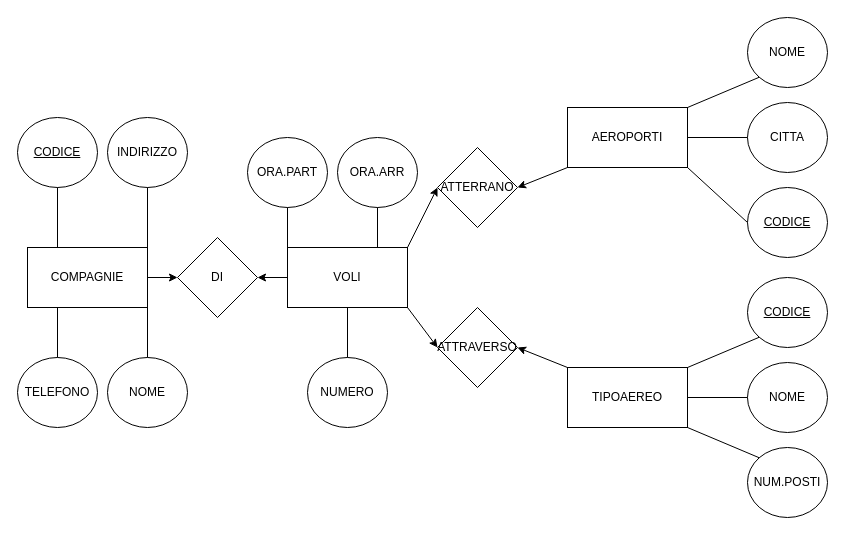
Above: esamedatab.drawio in LilAnciel/Project (draw.io), before the change. Source tidied: cells renumbered, new cells numbered last; positions are measured from the earlier drawing's top-left corner, leaving out a move shared by most shapes. Both pictures are drawn from the tidied source at 100%, with x=0, y=0 at pixel (17, 17).
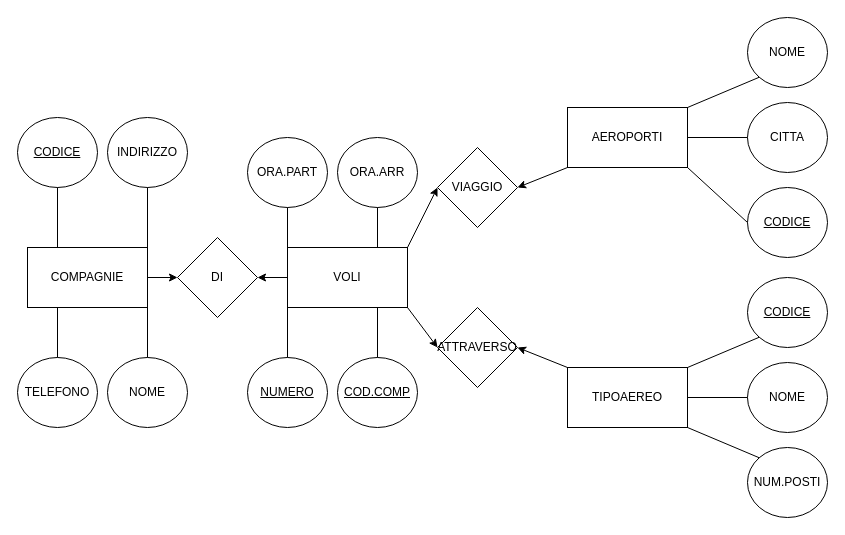
Above is the later version.

Unchanged cells that the change refers to:
```xml
<mxCell id="5" value="VOLI" style="rounded=0;whiteSpace=wrap;html=1;gradientColor=none;" parent="1" vertex="1">
  <mxGeometry x="270" y="230" width="120" height="60" as="geometry" />
</mxCell>
```

The edit, as a diff of the source:
```diff
@@
-    <mxCell id="6" value="ATTERRANO" style="rhombus;whiteSpace=wrap;html=1;fillColor=#ffffff;gradientColor=none;" parent="1" vertex="1">
+    <mxCell id="6" value="VIAGGIO" style="rhombus;whiteSpace=wrap;html=1;fillColor=#ffffff;gradientColor=none;" parent="1" vertex="1">
       <mxGeometry x="420" y="130" width="80" height="80" as="geometry" />
     </mxCell>
@@
-    <mxCell id="31" value="NUMERO" style="ellipse;whiteSpace=wrap;html=1;fillColor=#ffffff;gradientColor=none;" parent="1" vertex="1">
-      <mxGeometry x="290" y="340" width="80" height="70" as="geometry" />
+    <mxCell id="31" value="&lt;u&gt;NUMERO&lt;/u&gt;" style="ellipse;whiteSpace=wrap;html=1;fillColor=#ffffff;gradientColor=none;" parent="1" vertex="1">
+      <mxGeometry x="230" y="340" width="80" height="70" as="geometry" />
     </mxCell>
@@
-    <mxCell id="36" style="endArrow=none;html=1;entryX=0.5;entryY=1;entryDx=0;entryDy=0;exitX=0.5;exitY=0;exitDx=0;exitDy=0;" parent="1" edge="1" source="31" target="5">
+    <mxCell id="36" style="endArrow=none;html=1;entryX=0;entryY=1;entryDx=0;entryDy=0;exitX=0.5;exitY=0;exitDx=0;exitDy=0;" parent="1" edge="1" source="31" target="5">
       <mxGeometry relative="1" as="geometry" />
     </mxCell>
@@
+    <mxCell id="41" value="&lt;u&gt;COD.COMP&lt;/u&gt;" style="ellipse;whiteSpace=wrap;html=1;fillColor=#ffffff;gradientColor=none;" parent="1" vertex="1">
+      <mxGeometry x="320" y="340" width="80" height="70" as="geometry" />
+    </mxCell>
+    <mxCell id="42" style="endArrow=none;html=1;entryX=0.75;entryY=1;entryDx=0;entryDy=0;exitX=0.5;exitY=0;exitDx=0;exitDy=0;" parent="1" edge="1" source="41" target="5">
+      <mxGeometry relative="1" as="geometry" />
+    </mxCell>
```
